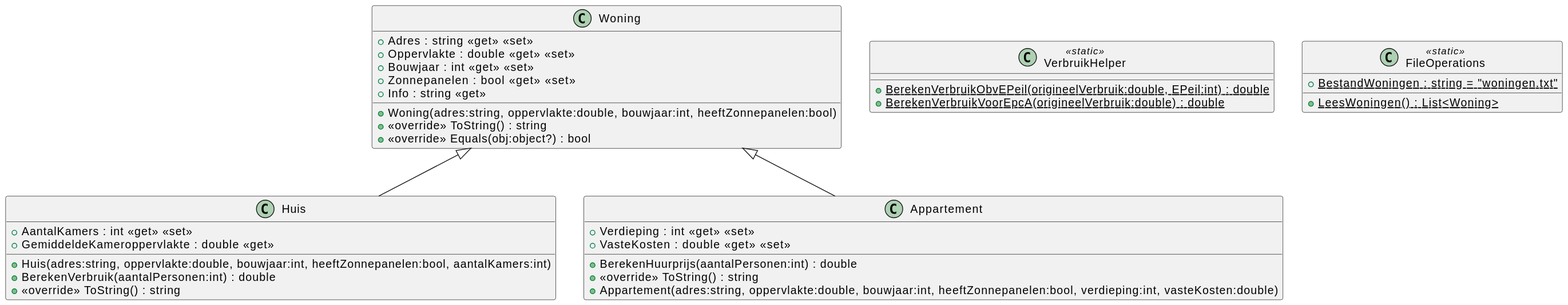
Above: 06/06_05/svg/Overview.svg in it-graduaten/template-csharp-ooprogramming-oefeningen-pe (PlantUML), before the change.
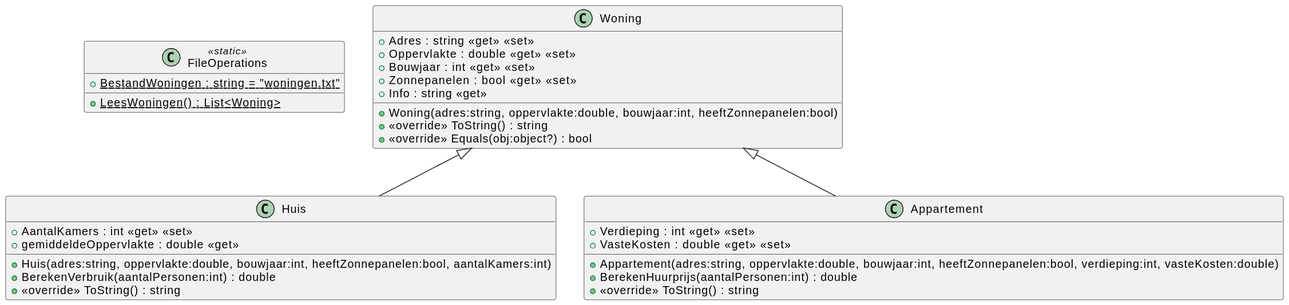
The same file after the commit.

The edit, as a diff of the source:
```diff
@@ -1,7 +1,6 @@
 @startuml
+!include FileOperations.puml
 !include Huis.puml
-!include VerbruikHelper.puml
-!include FileOperations.puml
 !include Appartement.puml
 !include Woning.puml
 @enduml
```
